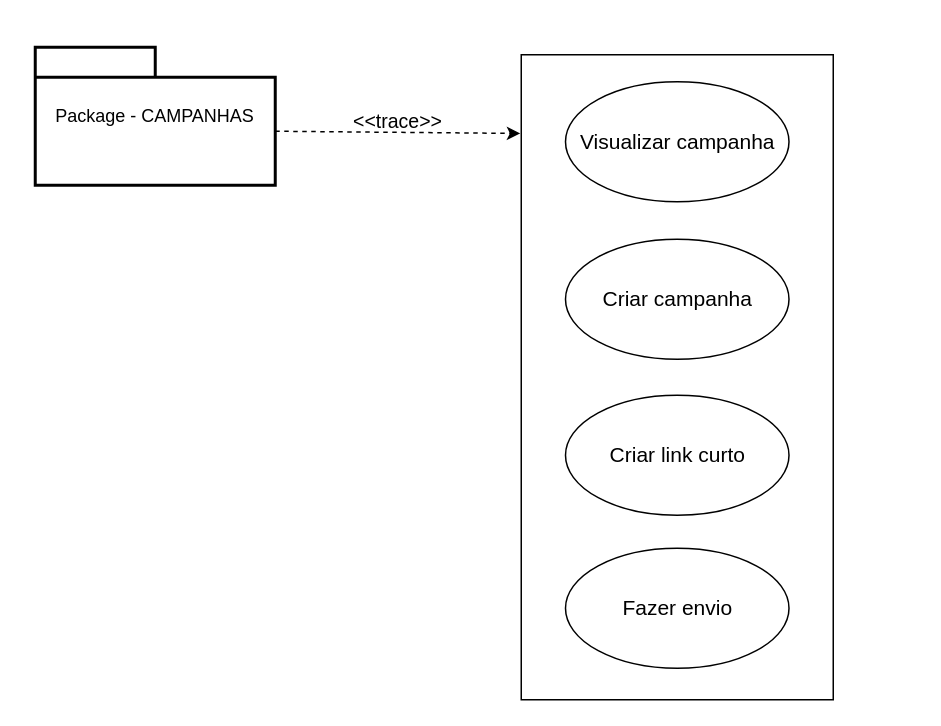
souocare/softwareeng_course_es keeps this draw.io diagram as page "Page-4" (4 of 7) of Reports/Especificação de requisitos/packages_totais.drawio. Above is the earlier version. Source tidied: cells renumbered, new cells numbered last; positions are measured from the earlier drawing's top-left corner, leaving out a move shared by most shapes. Both pictures are drawn from the tidied source at 150%, with x=0, y=0 at pixel (34, 46).
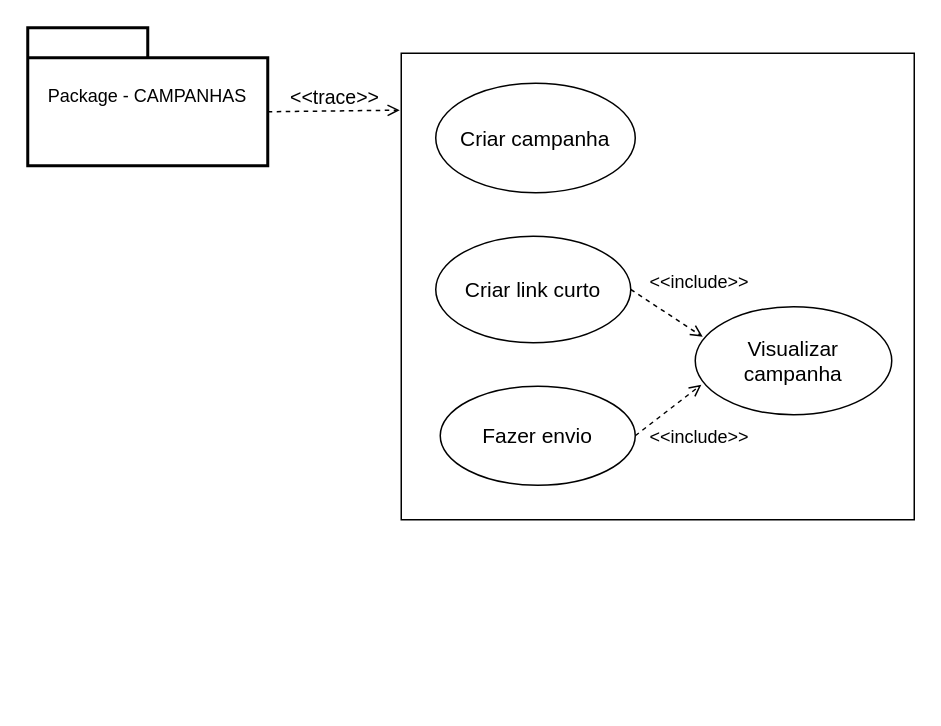
Above is the later version.

Diff of the diagram source:
```diff
@@
 <mxGraphModel>
   <root>
     <mxCell id="0" />
     <mxCell id="1" parent="0" />
-    <mxCell id="2" style="edgeStyle=none;rounded=0;jettySize=auto;html=1;exitX=0;exitY=0;exitDx=160;exitDy=56;exitPerimeter=0;entryX=-0.003;entryY=0.122;entryDx=0;entryDy=0;entryPerimeter=0;fontSize=13;sourcePerimeterSpacing=5;targetPerimeterSpacing=5;dashed=1;" parent="1" edge="1" source="3" target="4">
+    <mxCell id="2" style="edgeStyle=none;rounded=0;jettySize=auto;html=1;exitX=0;exitY=0;exitDx=160;exitDy=56;exitPerimeter=0;entryX=-0.003;entryY=0.122;entryDx=0;entryDy=0;entryPerimeter=0;fontSize=13;sourcePerimeterSpacing=5;targetPerimeterSpacing=5;dashed=1;endArrow=open;endFill=0;" parent="1" edge="1" source="3" target="4">
       <mxGeometry relative="1" as="geometry" />
     </mxCell>
     <mxCell id="3" value="Package - CAMPANHAS" style="shape=folder;tabWidth=80;tabHeight=20;tabPosition=left;strokeWidth=2;html=1;whiteSpace=wrap;align=center;" parent="1" vertex="1">
-      <mxGeometry width="160" height="92" as="geometry" />
+      <mxGeometry x="-5" y="-13" width="160" height="92" as="geometry" />
     </mxCell>
     <mxCell id="4" style="rounded=0;whiteSpace=wrap;html=1;fontSize=13;" parent="1" vertex="1">
-      <mxGeometry x="324" y="5" width="208" height="430" as="geometry" />
+      <mxGeometry x="244" y="4" width="342" height="311" as="geometry" />
     </mxCell>
     <mxCell id="5" value="&amp;lt;&amp;lt;trace&amp;gt;&amp;gt;" style="text;html=1;strokeColor=none;fillColor=none;align=center;verticalAlign=middle;whiteSpace=wrap;rounded=0;fontSize=13;" parent="1" vertex="1">
-      <mxGeometry x="212" y="34" width="60" height="30" as="geometry" />
+      <mxGeometry x="170" y="18" width="60" height="30" as="geometry" />
     </mxCell>
     <mxCell id="6" value="&lt;span style=&quot;font-size: 14px;&quot;&gt;Visualizar campanha&lt;/span&gt;" style="ellipse;whiteSpace=wrap;html=1;" parent="1" vertex="1">
-      <mxGeometry x="353.5" y="23" width="149" height="80" as="geometry" />
+      <mxGeometry x="440" y="173" width="131" height="72" as="geometry" />
     </mxCell>
     <mxCell id="7" value="&lt;font style=&quot;font-size: 14px;&quot;&gt;Criar campanha&lt;/font&gt;" style="ellipse;whiteSpace=wrap;html=1;" parent="1" vertex="1">
-      <mxGeometry x="353.5" y="128" width="149" height="80" as="geometry" />
+      <mxGeometry x="267" y="24" width="133" height="73" as="geometry" />
     </mxCell>
+    <mxCell id="10" style="edgeStyle=none;rounded=0;jettySize=auto;html=1;exitX=1;exitY=0.5;exitDx=0;exitDy=0;entryX=0.038;entryY=0.278;entryDx=0;entryDy=0;entryPerimeter=0;dashed=1;fontSize=12;startArrow=none;startFill=0;endArrow=open;endFill=0;" parent="1" edge="1" source="8" target="6">
+      <mxGeometry relative="1" as="geometry" />
+    </mxCell>
     <mxCell id="8" value="&lt;font style=&quot;font-size: 14px;&quot;&gt;Criar link curto&lt;/font&gt;" style="ellipse;whiteSpace=wrap;html=1;" parent="1" vertex="1">
-      <mxGeometry x="353.5" y="232" width="149" height="80" as="geometry" />
+      <mxGeometry x="267" y="126" width="130" height="71" as="geometry" />
     </mxCell>
+    <mxCell id="11" style="edgeStyle=none;rounded=0;jettySize=auto;html=1;exitX=1;exitY=0.5;exitDx=0;exitDy=0;entryX=0.031;entryY=0.722;entryDx=0;entryDy=0;entryPerimeter=0;dashed=1;fontSize=12;startArrow=none;startFill=0;endArrow=open;endFill=0;" parent="1" edge="1" source="9" target="6">
+      <mxGeometry relative="1" as="geometry" />
+    </mxCell>
     <mxCell id="9" value="&lt;font style=&quot;font-size: 14px;&quot;&gt;Fazer envio&lt;/font&gt;" style="ellipse;whiteSpace=wrap;html=1;" parent="1" vertex="1">
-      <mxGeometry x="353.5" y="334" width="149" height="80" as="geometry" />
+      <mxGeometry x="270" y="226" width="130" height="66" as="geometry" />
     </mxCell>
+    <mxCell id="12" value="&lt;font style=&quot;font-size: 12px;&quot;&gt;&amp;lt;&amp;lt;include&amp;gt;&amp;gt;&lt;/font&gt;" style="text;html=1;strokeColor=none;fillColor=none;align=center;verticalAlign=middle;whiteSpace=wrap;rounded=0;fontSize=13;" parent="1" vertex="1">
+      <mxGeometry x="413" y="141" width="60" height="30" as="geometry" />
+    </mxCell>
+    <mxCell id="13" value="&lt;font style=&quot;font-size: 12px;&quot;&gt;&amp;lt;&amp;lt;include&amp;gt;&amp;gt;&lt;/font&gt;" style="text;html=1;strokeColor=none;fillColor=none;align=center;verticalAlign=middle;whiteSpace=wrap;rounded=0;fontSize=13;" parent="1" vertex="1">
+      <mxGeometry x="413" y="244" width="60" height="30" as="geometry" />
+    </mxCell>
   </root>
 </mxGraphModel>
```
